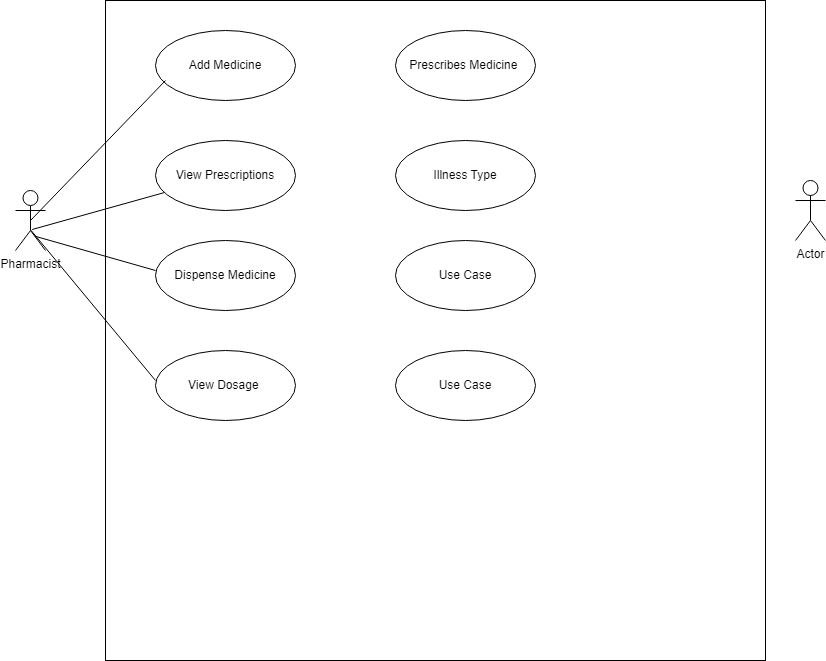
Above: UseCase.drawio.png in jeremywanjohi/DrugDispenser (draw.io), before the change. Source tidied: cells renumbered, new cells last; positions are measured from the earlier drawing's top-left corner, leaving out a move shared by most shapes. Source of this version:
```xml
<mxGraphModel>
  <root>
    <mxCell id="0" />
    <mxCell id="1" parent="0" />
    <mxCell id="2" style="whiteSpace=wrap;html=1;" parent="1" vertex="1">
      <mxGeometry x="90" width="660" height="660" as="geometry" />
    </mxCell>
    <mxCell id="3" value="Add Medicine" style="ellipse;whiteSpace=wrap;html=1;" parent="1" vertex="1">
      <mxGeometry x="140" y="30" width="140" height="70" as="geometry" />
    </mxCell>
    <mxCell id="4" value="View Prescriptions" style="ellipse;whiteSpace=wrap;html=1;" parent="1" vertex="1">
      <mxGeometry x="140" y="140" width="140" height="70" as="geometry" />
    </mxCell>
    <mxCell id="5" value="Dispense Medicine" style="ellipse;whiteSpace=wrap;html=1;" parent="1" vertex="1">
      <mxGeometry x="140" y="240" width="140" height="70" as="geometry" />
    </mxCell>
    <mxCell id="6" value="View Dosage&amp;nbsp;" style="ellipse;whiteSpace=wrap;html=1;" parent="1" vertex="1">
      <mxGeometry x="140" y="350" width="140" height="70" as="geometry" />
    </mxCell>
    <mxCell id="7" value="Pharmacist" style="shape=umlActor;verticalLabelPosition=bottom;verticalAlign=top;html=1;" parent="1" vertex="1">
      <mxGeometry y="190" width="30" height="60" as="geometry" />
    </mxCell>
    <mxCell id="8" style="endArrow=none;html=1;rounded=0;exitX=0.5;exitY=0.5;exitDx=0;exitDy=0;exitPerimeter=0;" parent="1" edge="1" source="7">
      <mxGeometry relative="1" as="geometry">
        <mxPoint x="150" y="80" as="targetPoint" />
      </mxGeometry>
    </mxCell>
    <mxCell id="9" style="endArrow=none;html=1;rounded=0;exitX=0.556;exitY=0.65;exitDx=0;exitDy=0;exitPerimeter=0;" parent="1" edge="1" source="7" target="4">
      <mxGeometry relative="1" as="geometry" />
    </mxCell>
    <mxCell id="10" style="endArrow=none;html=1;rounded=0;exitX=0.644;exitY=0.761;exitDx=0;exitDy=0;exitPerimeter=0;" parent="1" edge="1" source="7">
      <mxGeometry relative="1" as="geometry">
        <mxPoint x="140" y="270" as="targetPoint" />
      </mxGeometry>
    </mxCell>
    <mxCell id="11" style="endArrow=none;html=1;rounded=0;exitX=0.511;exitY=0.661;exitDx=0;exitDy=0;exitPerimeter=0;" parent="1" edge="1" source="7">
      <mxGeometry relative="1" as="geometry">
        <mxPoint x="140" y="380" as="targetPoint" />
      </mxGeometry>
    </mxCell>
    <mxCell id="12" value="Prescribes Medicine&amp;nbsp;" style="ellipse;whiteSpace=wrap;html=1;" parent="1" vertex="1">
      <mxGeometry x="380" y="30" width="140" height="70" as="geometry" />
    </mxCell>
    <mxCell id="13" value="Illness Type" style="ellipse;whiteSpace=wrap;html=1;" parent="1" vertex="1">
      <mxGeometry x="380" y="140" width="140" height="70" as="geometry" />
    </mxCell>
    <mxCell id="14" value="Use Case" style="ellipse;whiteSpace=wrap;html=1;" parent="1" vertex="1">
      <mxGeometry x="380" y="240" width="140" height="70" as="geometry" />
    </mxCell>
    <mxCell id="15" value="Use Case" style="ellipse;whiteSpace=wrap;html=1;" parent="1" vertex="1">
      <mxGeometry x="380" y="350" width="140" height="70" as="geometry" />
    </mxCell>
    <mxCell id="16" value="Actor" style="shape=umlActor;verticalLabelPosition=bottom;verticalAlign=top;html=1;" parent="1" vertex="1">
      <mxGeometry x="780" y="180" width="30" height="60" as="geometry" />
    </mxCell>
  </root>
</mxGraphModel>
```
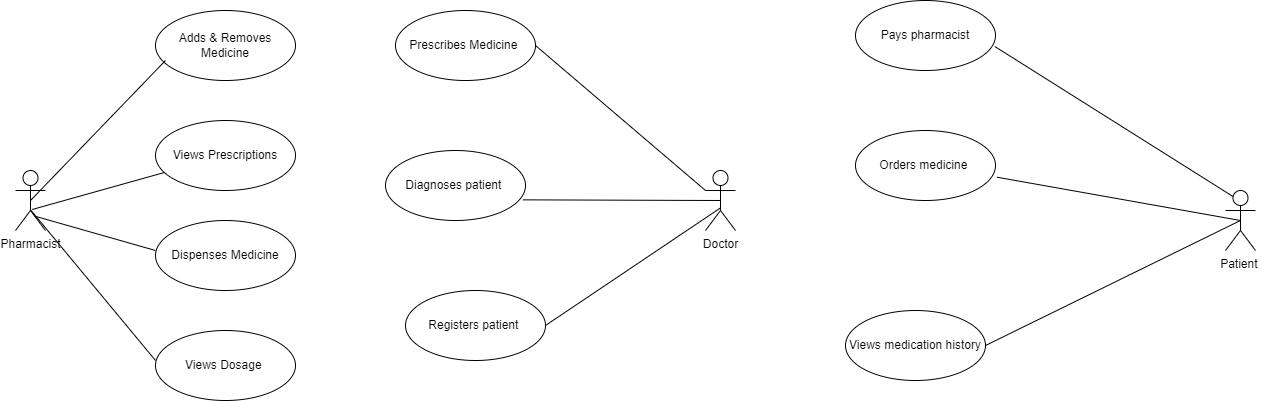
After the change.

Diff of the diagram source:
```diff
@@ -2,19 +2,16 @@
   <root>
     <mxCell id="0" />
     <mxCell id="1" parent="0" />
-    <mxCell id="2" style="whiteSpace=wrap;html=1;" parent="1" vertex="1">
-      <mxGeometry x="90" width="660" height="660" as="geometry" />
-    </mxCell>
-    <mxCell id="3" value="Add Medicine" style="ellipse;whiteSpace=wrap;html=1;" parent="1" vertex="1">
+    <mxCell id="3" value="Adds &amp;amp; Removes Medicine" style="ellipse;whiteSpace=wrap;html=1;" parent="1" vertex="1">
       <mxGeometry x="140" y="30" width="140" height="70" as="geometry" />
     </mxCell>
-    <mxCell id="4" value="View Prescriptions" style="ellipse;whiteSpace=wrap;html=1;" parent="1" vertex="1">
+    <mxCell id="4" value="Views Prescriptions" style="ellipse;whiteSpace=wrap;html=1;" parent="1" vertex="1">
       <mxGeometry x="140" y="140" width="140" height="70" as="geometry" />
     </mxCell>
-    <mxCell id="5" value="Dispense Medicine" style="ellipse;whiteSpace=wrap;html=1;" parent="1" vertex="1">
+    <mxCell id="5" value="Dispenses Medicine" style="ellipse;whiteSpace=wrap;html=1;" parent="1" vertex="1">
       <mxGeometry x="140" y="240" width="140" height="70" as="geometry" />
     </mxCell>
-    <mxCell id="6" value="View Dosage&amp;nbsp;" style="ellipse;whiteSpace=wrap;html=1;" parent="1" vertex="1">
+    <mxCell id="6" value="Views&amp;nbsp;Dosage&amp;nbsp;" style="ellipse;whiteSpace=wrap;html=1;" parent="1" vertex="1">
       <mxGeometry x="140" y="350" width="140" height="70" as="geometry" />
     </mxCell>
     <mxCell id="7" value="Pharmacist" style="shape=umlActor;verticalLabelPosition=bottom;verticalAlign=top;html=1;" parent="1" vertex="1">
@@ -41,17 +38,44 @@
     <mxCell id="12" value="Prescribes Medicine&amp;nbsp;" style="ellipse;whiteSpace=wrap;html=1;" parent="1" vertex="1">
       <mxGeometry x="380" y="30" width="140" height="70" as="geometry" />
     </mxCell>
-    <mxCell id="13" value="Illness Type" style="ellipse;whiteSpace=wrap;html=1;" parent="1" vertex="1">
-      <mxGeometry x="380" y="140" width="140" height="70" as="geometry" />
+    <mxCell id="13" value="Diagnoses patient&amp;nbsp;" style="ellipse;whiteSpace=wrap;html=1;" parent="1" vertex="1">
+      <mxGeometry x="370" y="170" width="140" height="70" as="geometry" />
     </mxCell>
-    <mxCell id="14" value="Use Case" style="ellipse;whiteSpace=wrap;html=1;" parent="1" vertex="1">
-      <mxGeometry x="380" y="240" width="140" height="70" as="geometry" />
+    <mxCell id="14" value="Registers patient&amp;nbsp;" style="ellipse;whiteSpace=wrap;html=1;" parent="1" vertex="1">
+      <mxGeometry x="390" y="310" width="140" height="70" as="geometry" />
     </mxCell>
-    <mxCell id="15" value="Use Case" style="ellipse;whiteSpace=wrap;html=1;" parent="1" vertex="1">
-      <mxGeometry x="380" y="350" width="140" height="70" as="geometry" />
-    </mxCell>
-    <mxCell id="16" value="Actor" style="shape=umlActor;verticalLabelPosition=bottom;verticalAlign=top;html=1;" parent="1" vertex="1">
-      <mxGeometry x="780" y="180" width="30" height="60" as="geometry" />
+    <mxCell id="16" value="Patient&amp;nbsp;" style="shape=umlActor;verticalLabelPosition=bottom;verticalAlign=top;html=1;" parent="1" vertex="1">
+      <mxGeometry x="1210" y="210" width="30" height="60" as="geometry" />
     </mxCell>
+    <mxCell id="17" value="Doctor" style="shape=umlActor;verticalLabelPosition=bottom;verticalAlign=top;html=1;" parent="1" vertex="1">
+      <mxGeometry x="690" y="190" width="30" height="60" as="geometry" />
+    </mxCell>
+    <mxCell id="18" value="Pays pharmacist" style="ellipse;whiteSpace=wrap;html=1;" parent="1" vertex="1">
+      <mxGeometry x="840" y="20" width="140" height="70" as="geometry" />
+    </mxCell>
+    <mxCell id="19" value="Orders medicine&amp;nbsp;" style="ellipse;whiteSpace=wrap;html=1;" parent="1" vertex="1">
+      <mxGeometry x="840" y="150" width="140" height="70" as="geometry" />
+    </mxCell>
+    <mxCell id="20" value="Views medication history" style="ellipse;whiteSpace=wrap;html=1;" parent="1" vertex="1">
+      <mxGeometry x="830" y="330" width="140" height="70" as="geometry" />
+    </mxCell>
+    <mxCell id="21" style="endArrow=none;html=1;rounded=0;exitX=1;exitY=0.5;exitDx=0;exitDy=0;entryX=0;entryY=0.3333333333333333;entryDx=0;entryDy=0;entryPerimeter=0;" parent="1" edge="1" source="12" target="17">
+      <mxGeometry relative="1" as="geometry" />
+    </mxCell>
+    <mxCell id="22" style="endArrow=none;html=1;rounded=0;exitX=0.981;exitY=0.705;exitDx=0;exitDy=0;exitPerimeter=0;entryX=0.5;entryY=0.5;entryDx=0;entryDy=0;entryPerimeter=0;" parent="1" edge="1" source="13" target="17">
+      <mxGeometry relative="1" as="geometry" />
+    </mxCell>
+    <mxCell id="23" style="endArrow=none;html=1;rounded=0;exitX=1;exitY=0.5;exitDx=0;exitDy=0;entryX=0.504;entryY=0.622;entryDx=0;entryDy=0;entryPerimeter=0;" parent="1" edge="1" source="14" target="17">
+      <mxGeometry relative="1" as="geometry" />
+    </mxCell>
+    <mxCell id="24" style="endArrow=none;html=1;rounded=0;entryX=0.25;entryY=0.1;entryDx=0;entryDy=0;entryPerimeter=0;exitX=0.995;exitY=0.657;exitDx=0;exitDy=0;exitPerimeter=0;" parent="1" edge="1" source="18" target="16">
+      <mxGeometry relative="1" as="geometry" />
+    </mxCell>
+    <mxCell id="25" style="endArrow=none;html=1;rounded=0;entryX=0.5;entryY=0.5;entryDx=0;entryDy=0;entryPerimeter=0;exitX=1.01;exitY=0.667;exitDx=0;exitDy=0;exitPerimeter=0;" parent="1" edge="1" source="19" target="16">
+      <mxGeometry relative="1" as="geometry" />
+    </mxCell>
+    <mxCell id="26" style="endArrow=none;html=1;rounded=0;entryX=0.5;entryY=0.5;entryDx=0;entryDy=0;entryPerimeter=0;exitX=1;exitY=0.5;exitDx=0;exitDy=0;" parent="1" edge="1" source="20" target="16">
+      <mxGeometry relative="1" as="geometry" />
+    </mxCell>
   </root>
 </mxGraphModel>
```
